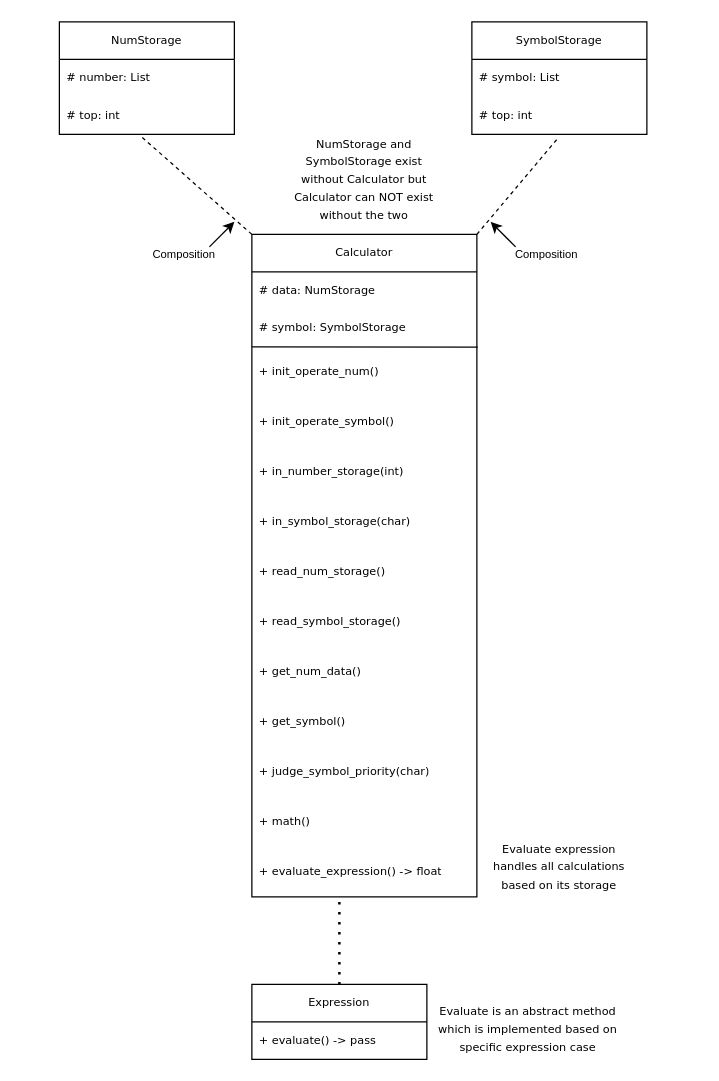
matty-gg/CSE2102-SP24-Lab1-Group19 keeps this draw.io diagram as Lab1ClassDiagram.drawio. Above is the earlier version. Source tidied: cells renumbered, new cells numbered last; positions are measured from the earlier drawing's top-left corner, leaving out a move shared by most shapes. Both pictures are drawn from the tidied source at 125%, with x=0, y=0 at pixel (59, 21).
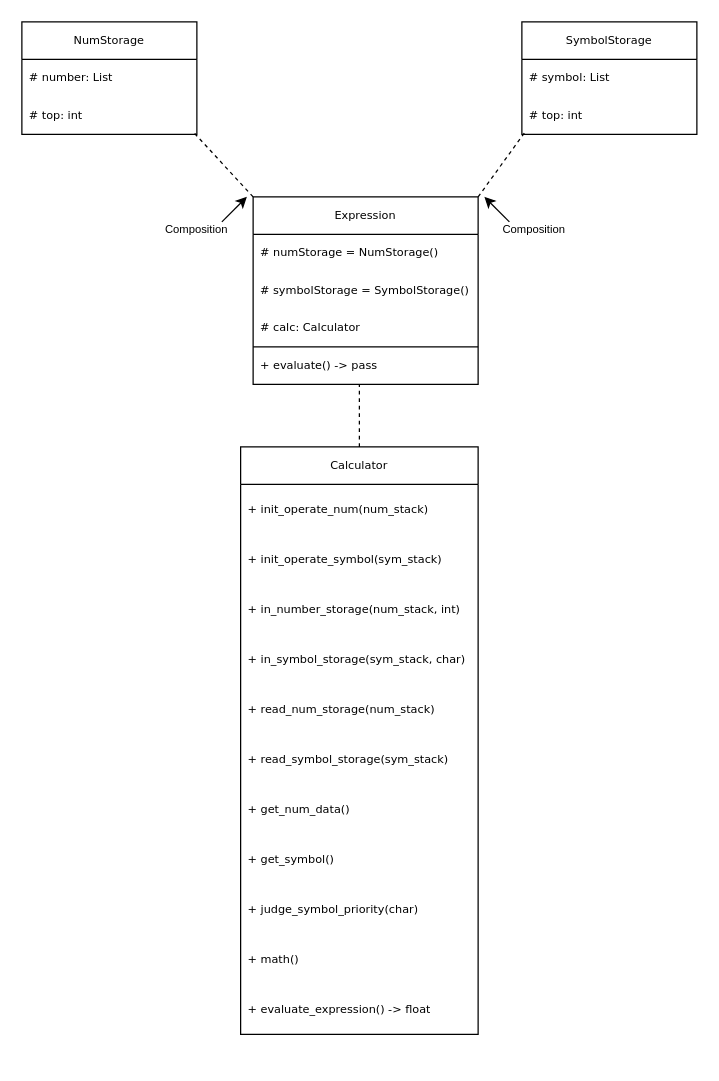
After the change.

The change refers to these unchanged cells:
```xml
<mxCell id="4" value="# top: int" style="text;strokeColor=none;fillColor=none;align=left;verticalAlign=middle;spacingLeft=4;spacingRight=4;overflow=hidden;points=[[0,0.5],[1,0.5]];portConstraint=eastwest;whiteSpace=wrap;html=1;perimeterSpacing=4;fontSize=9;fontFamily=Verdana;" parent="2" vertex="1">
  <mxGeometry y="60" width="140" height="30" as="geometry" />
</mxCell>
<mxCell id="7" value="# top: int" style="text;strokeColor=none;fillColor=none;align=left;verticalAlign=middle;spacingLeft=4;spacingRight=4;overflow=hidden;points=[[0,0.5],[1,0.5]];portConstraint=eastwest;whiteSpace=wrap;html=1;fontSize=9;fontFamily=Verdana;" parent="5" vertex="1">
  <mxGeometry y="60" width="140" height="30" as="geometry" />
</mxCell>
```

What changed in the source:
```diff
@@
     <mxCell id="2" value="NumStorage" style="swimlane;fontStyle=0;horizontal=1;startSize=30;whiteSpace=wrap;html=1;fontSize=9;fontFamily=Verdana;" parent="1" vertex="1">
-      <mxGeometry width="140" height="90" as="geometry" />
+      <mxGeometry x="-30" width="140" height="90" as="geometry" />
     </mxCell>
@@
     <mxCell id="5" value="SymbolStorage" style="swimlane;fontStyle=0;horizontal=1;startSize=30;whiteSpace=wrap;html=1;fontSize=9;fontFamily=Verdana;" parent="1" vertex="1">
-      <mxGeometry x="330" width="140" height="90" as="geometry" />
+      <mxGeometry x="370" width="140" height="90" as="geometry" />
     </mxCell>
@@
-    <mxCell id="8" style="endArrow=none;dashed=1;html=1;rounded=0;exitX=0;exitY=0;exitDx=0;exitDy=0;entryX=0.462;entryY=0.914;entryDx=0;entryDy=0;entryPerimeter=0;fontSize=9;fontFamily=Verdana;" parent="1" edge="1" source="10" target="4">
-      <mxGeometry relative="1" as="geometry" />
-    </mxCell>
-    <mxCell id="9" style="endArrow=none;dashed=1;html=1;rounded=0;exitX=1;exitY=0;exitDx=0;exitDy=0;entryX=0.486;entryY=1.133;entryDx=0;entryDy=0;entryPerimeter=0;fontSize=9;fontFamily=Verdana;" parent="1" edge="1" source="10" target="7">
-      <mxGeometry relative="1" as="geometry" />
-    </mxCell>
     <mxCell id="10" value="Calculator" style="swimlane;fontStyle=0;horizontal=1;startSize=30;whiteSpace=wrap;html=1;fontSize=9;fontFamily=Verdana;" parent="1" vertex="1">
-      <mxGeometry x="154" y="170" width="180" height="530" as="geometry" />
+      <mxGeometry x="145" y="340" width="190" height="470" as="geometry" />
     </mxCell>
-    <mxCell id="11" value="# data: NumStorage" style="text;strokeColor=none;fillColor=none;align=left;verticalAlign=middle;spacingLeft=4;spacingRight=4;overflow=hidden;whiteSpace=wrap;html=1;fontSize=9;fontFamily=Verdana;" parent="10" vertex="1">
-      <mxGeometry y="30" width="180" height="30" as="geometry" />
-    </mxCell>
-    <mxCell id="12" value="# symbol: SymbolStorage" style="text;strokeColor=none;fillColor=none;align=left;verticalAlign=middle;spacingLeft=4;spacingRight=4;overflow=hidden;whiteSpace=wrap;html=1;fontSize=9;fontFamily=Verdana;" parent="10" vertex="1">
-      <mxGeometry y="60" width="180" height="30" as="geometry" />
-    </mxCell>
-    <mxCell id="13" style="endArrow=none;html=1;rounded=0;fontFamily=Verdana;exitX=-0.004;exitY=0.003;exitDx=0;exitDy=0;exitPerimeter=0;" parent="10" edge="1" source="14">
-      <mxGeometry relative="1" as="geometry">
-        <mxPoint y="90" as="targetPoint" />
-      </mxGeometry>
-    </mxCell>
-    <mxCell id="14" value="+ init_operate_num()" style="text;strokeColor=none;fillColor=none;align=left;verticalAlign=middle;spacingLeft=4;spacingRight=4;overflow=hidden;points=[[0,0.5],[1,0.5]];portConstraint=eastwest;whiteSpace=wrap;html=1;fontSize=9;fontFamily=Verdana;flipH=1;direction=east;" parent="10" vertex="1">
-      <mxGeometry y="90" width="180" height="40" as="geometry" />
+    <mxCell id="14" value="+ init_operate_num(num_stack)" style="text;strokeColor=none;fillColor=none;align=left;verticalAlign=middle;spacingLeft=4;spacingRight=4;overflow=hidden;points=[[0,0.5],[1,0.5]];portConstraint=eastwest;whiteSpace=wrap;html=1;fontSize=9;fontFamily=Verdana;flipH=1;direction=east;" parent="10" vertex="1">
+      <mxGeometry y="30" width="190" height="40" as="geometry" />
     </mxCell>
-    <mxCell id="15" value="+ init_operate_symbol()" style="text;strokeColor=none;fillColor=none;align=left;verticalAlign=middle;spacingLeft=4;spacingRight=4;overflow=hidden;whiteSpace=wrap;html=1;fontSize=9;fontFamily=Verdana;flipH=1;direction=east;" parent="10" vertex="1">
-      <mxGeometry y="130" width="180" height="40" as="geometry" />
+    <mxCell id="15" value="+ init_operate_symbol(sym_stack)" style="text;strokeColor=none;fillColor=none;align=left;verticalAlign=middle;spacingLeft=4;spacingRight=4;overflow=hidden;whiteSpace=wrap;html=1;fontSize=9;fontFamily=Verdana;flipH=1;direction=east;" parent="10" vertex="1">
+      <mxGeometry y="70" width="190" height="40" as="geometry" />
     </mxCell>
-    <mxCell id="16" value="+ in_number_storage(int)" style="text;strokeColor=none;fillColor=none;align=left;verticalAlign=middle;spacingLeft=4;spacingRight=4;overflow=hidden;whiteSpace=wrap;html=1;fontSize=9;fontFamily=Verdana;flipH=1;direction=east;" parent="10" vertex="1">
-      <mxGeometry y="170" width="180" height="40" as="geometry" />
+    <mxCell id="16" value="+ in_number_storage(num_stack, int)" style="text;strokeColor=none;fillColor=none;align=left;verticalAlign=middle;spacingLeft=4;spacingRight=4;overflow=hidden;whiteSpace=wrap;html=1;fontSize=9;fontFamily=Verdana;flipH=1;direction=east;" parent="10" vertex="1">
+      <mxGeometry y="110" width="190" height="40" as="geometry" />
     </mxCell>
-    <mxCell id="17" value="+ in_symbol_storage(char)" style="text;strokeColor=none;fillColor=none;align=left;verticalAlign=middle;spacingLeft=4;spacingRight=4;overflow=hidden;whiteSpace=wrap;html=1;fontSize=9;fontFamily=Verdana;flipH=1;direction=east;" parent="10" vertex="1">
-      <mxGeometry y="210" width="180" height="40" as="geometry" />
+    <mxCell id="17" value="+ in_symbol_storage(sym_stack, char)" style="text;strokeColor=none;fillColor=none;align=left;verticalAlign=middle;spacingLeft=4;spacingRight=4;overflow=hidden;whiteSpace=wrap;html=1;fontSize=9;fontFamily=Verdana;flipH=1;direction=east;" parent="10" vertex="1">
+      <mxGeometry y="150" width="190" height="40" as="geometry" />
     </mxCell>
-    <mxCell id="18" value="+ read_num_storage()" style="text;strokeColor=none;fillColor=none;align=left;verticalAlign=middle;spacingLeft=4;spacingRight=4;overflow=hidden;whiteSpace=wrap;html=1;fontSize=9;fontFamily=Verdana;flipH=1;direction=east;" parent="10" vertex="1">
-      <mxGeometry y="250" width="180" height="40" as="geometry" />
+    <mxCell id="18" value="+ read_num_storage(num_stack)" style="text;strokeColor=none;fillColor=none;align=left;verticalAlign=middle;spacingLeft=4;spacingRight=4;overflow=hidden;whiteSpace=wrap;html=1;fontSize=9;fontFamily=Verdana;flipH=1;direction=east;" parent="10" vertex="1">
+      <mxGeometry y="190" width="190" height="40" as="geometry" />
     </mxCell>
-    <mxCell id="19" value="+ read_symbol_storage()" style="text;strokeColor=none;fillColor=none;align=left;verticalAlign=middle;spacingLeft=4;spacingRight=4;overflow=hidden;whiteSpace=wrap;html=1;fontSize=9;fontFamily=Verdana;flipH=1;direction=east;" parent="10" vertex="1">
-      <mxGeometry y="290" width="180" height="40" as="geometry" />
+    <mxCell id="19" value="+ read_symbol_storage(sym_stack)" style="text;strokeColor=none;fillColor=none;align=left;verticalAlign=middle;spacingLeft=4;spacingRight=4;overflow=hidden;whiteSpace=wrap;html=1;fontSize=9;fontFamily=Verdana;flipH=1;direction=east;" parent="10" vertex="1">
+      <mxGeometry y="230" width="190" height="40" as="geometry" />
     </mxCell>
     <mxCell id="20" value="+ get_num_data()" style="text;strokeColor=none;fillColor=none;align=left;verticalAlign=middle;spacingLeft=4;spacingRight=4;overflow=hidden;whiteSpace=wrap;html=1;fontSize=9;fontFamily=Verdana;flipH=1;direction=east;" parent="10" vertex="1">
-      <mxGeometry y="330" width="180" height="40" as="geometry" />
+      <mxGeometry y="270" width="190" height="40" as="geometry" />
     </mxCell>
     <mxCell id="21" value="+ get_symbol()" style="text;strokeColor=none;fillColor=none;align=left;verticalAlign=middle;spacingLeft=4;spacingRight=4;overflow=hidden;whiteSpace=wrap;html=1;fontSize=9;fontFamily=Verdana;flipH=1;direction=east;" parent="10" vertex="1">
-      <mxGeometry y="370" width="180" height="40" as="geometry" />
+      <mxGeometry y="310" width="190" height="40" as="geometry" />
     </mxCell>
     <mxCell id="22" value="+ judge_symbol_priority(char)" style="text;strokeColor=none;fillColor=none;align=left;verticalAlign=middle;spacingLeft=4;spacingRight=4;overflow=hidden;whiteSpace=wrap;html=1;fontSize=9;fontFamily=Verdana;flipH=1;direction=east;" parent="10" vertex="1">
-      <mxGeometry y="410" width="180" height="40" as="geometry" />
+      <mxGeometry y="350" width="190" height="40" as="geometry" />
     </mxCell>
     <mxCell id="23" value="+ math()" style="text;strokeColor=none;fillColor=none;align=left;verticalAlign=middle;spacingLeft=4;spacingRight=4;overflow=hidden;whiteSpace=wrap;html=1;fontSize=9;fontFamily=Verdana;flipH=1;direction=east;" parent="10" vertex="1">
-      <mxGeometry y="450" width="180" height="40" as="geometry" />
+      <mxGeometry y="390" width="190" height="40" as="geometry" />
     </mxCell>
     <mxCell id="24" value="+ evaluate_expression() -&amp;gt; float" style="text;strokeColor=none;fillColor=none;align=left;verticalAlign=middle;spacingLeft=4;spacingRight=4;overflow=hidden;whiteSpace=wrap;html=1;fontSize=9;fontFamily=Verdana;flipH=1;direction=east;" parent="10" vertex="1">
-      <mxGeometry y="490" width="180" height="40" as="geometry" />
+      <mxGeometry y="430" width="190" height="40" as="geometry" />
     </mxCell>
     <mxCell id="25" value="Expression" style="swimlane;fontStyle=0;horizontal=1;startSize=30;whiteSpace=wrap;html=1;fontFamily=Verdana;fontSize=9;" parent="1" vertex="1">
-      <mxGeometry x="154" y="770" width="140" height="60" as="geometry" />
+      <mxGeometry x="155" y="140" width="180" height="150" as="geometry" />
     </mxCell>
+    <mxCell id="35" value="# numStorage = NumStorage()" style="text;strokeColor=none;fillColor=none;align=left;verticalAlign=middle;spacingLeft=4;spacingRight=4;overflow=hidden;whiteSpace=wrap;html=1;fontFamily=Verdana;fontSize=9;" parent="25" vertex="1">
+      <mxGeometry y="30" width="180" height="30" as="geometry" />
+    </mxCell>
+    <mxCell id="36" value="# symbolStorage = SymbolStorage()" style="text;strokeColor=none;fillColor=none;align=left;verticalAlign=middle;spacingLeft=4;spacingRight=4;overflow=hidden;whiteSpace=wrap;html=1;fontFamily=Verdana;fontSize=9;" parent="25" vertex="1">
+      <mxGeometry y="60" width="180" height="30" as="geometry" />
+    </mxCell>
+    <mxCell id="37" value="# calc: Calculator" style="text;strokeColor=none;fillColor=none;align=left;verticalAlign=middle;spacingLeft=4;spacingRight=4;overflow=hidden;whiteSpace=wrap;html=1;fontFamily=Verdana;fontSize=9;" parent="25" vertex="1">
+      <mxGeometry y="90" width="180" height="30" as="geometry" />
+    </mxCell>
+    <mxCell id="38" style="endArrow=none;html=1;rounded=0;" parent="25" edge="1">
+      <mxGeometry relative="1" as="geometry">
+        <mxPoint y="120" as="sourcePoint" />
+        <mxPoint x="180" y="120" as="targetPoint" />
+      </mxGeometry>
+    </mxCell>
     <mxCell id="26" value="+ evaluate() -&amp;gt; pass" style="text;strokeColor=none;fillColor=none;align=left;verticalAlign=middle;spacingLeft=4;spacingRight=4;overflow=hidden;whiteSpace=wrap;html=1;fontFamily=Verdana;fontSize=9;" parent="25" vertex="1">
-      <mxGeometry y="30" width="140" height="30" as="geometry" />
+      <mxGeometry y="120" width="180" height="30" as="geometry" />
     </mxCell>
     <mxCell id="27" value="&lt;font style=&quot;font-size: 9px;&quot;&gt;Composition&lt;/font&gt;" style="text;html=1;strokeColor=none;fillColor=none;align=center;verticalAlign=middle;whiteSpace=wrap;rounded=0;" parent="1" vertex="1">
-      <mxGeometry x="360" y="170" width="60" height="30" as="geometry" />
+      <mxGeometry x="350" y="150" width="60" height="30" as="geometry" />
     </mxCell>
     <mxCell id="28" style="endArrow=classic;html=1;rounded=0;" parent="1" edge="1">
       <mxGeometry relative="1" as="geometry">
-        <mxPoint x="365" y="180" as="sourcePoint" />
-        <mxPoint x="345" y="160" as="targetPoint" />
+        <mxPoint x="360" y="160" as="sourcePoint" />
+        <mxPoint x="340" y="140" as="targetPoint" />
       </mxGeometry>
     </mxCell>
     <mxCell id="29" value="&lt;font style=&quot;font-size: 9px;&quot;&gt;Composition&lt;/font&gt;" style="text;html=1;strokeColor=none;fillColor=none;align=center;verticalAlign=middle;whiteSpace=wrap;rounded=0;" parent="1" vertex="1">
-      <mxGeometry x="70" y="170" width="60" height="30" as="geometry" />
+      <mxGeometry x="80" y="150" width="60" height="30" as="geometry" />
     </mxCell>
     <mxCell id="30" style="endArrow=classic;html=1;rounded=0;" parent="1" edge="1">
       <mxGeometry relative="1" as="geometry">
-        <mxPoint x="120" y="180" as="sourcePoint" />
-        <mxPoint x="140" y="160" as="targetPoint" />
+        <mxPoint x="130" y="160" as="sourcePoint" />
+        <mxPoint x="150" y="140" as="targetPoint" />
       </mxGeometry>
     </mxCell>
-    <mxCell id="31" style="endArrow=none;dashed=1;html=1;dashPattern=1 3;strokeWidth=2;rounded=0;exitX=0.5;exitY=0;exitDx=0;exitDy=0;" parent="1" edge="1" source="25">
-      <mxGeometry relative="1" as="geometry">
-        <mxPoint x="224" y="700" as="targetPoint" />
-      </mxGeometry>
-    </mxCell>
-    <mxCell id="32" value="&lt;font style=&quot;font-size: 9px;&quot; face=&quot;Verdana&quot;&gt;Evaluate expression handles all calculations based on its storage&lt;/font&gt;" style="text;html=1;strokeColor=none;fillColor=none;align=center;verticalAlign=middle;whiteSpace=wrap;rounded=0;" parent="1" vertex="1">
-      <mxGeometry x="345" y="660" width="110" height="30" as="geometry" />
-    </mxCell>
-    <mxCell id="33" value="&lt;font style=&quot;font-size: 9px;&quot; face=&quot;Verdana&quot;&gt;Evaluate is an abstract method which is implemented based on specific expression case&lt;/font&gt;" style="text;html=1;strokeColor=none;fillColor=none;align=center;verticalAlign=middle;whiteSpace=wrap;rounded=0;" parent="1" vertex="1">
-      <mxGeometry x="300" y="790" width="150" height="30" as="geometry" />
-    </mxCell>
-    <mxCell id="34" value="&lt;font style=&quot;font-size: 9px;&quot; face=&quot;Verdana&quot;&gt;NumStorage and SymbolStorage exist without Calculator but Calculator can NOT exist without the two&lt;/font&gt;" style="text;html=1;strokeColor=none;fillColor=none;align=center;verticalAlign=middle;whiteSpace=wrap;rounded=0;" parent="1" vertex="1">
-      <mxGeometry x="179" y="110" width="130" height="30" as="geometry" />
-    </mxCell>
+    <mxCell id="39" style="endArrow=none;dashed=1;html=1;rounded=0;entryX=0.959;entryY=0.868;entryDx=0;entryDy=0;entryPerimeter=0;exitX=0;exitY=0;exitDx=0;exitDy=0;" parent="1" edge="1" source="25" target="4">
+      <mxGeometry relative="1" as="geometry" />
+    </mxCell>
+    <mxCell id="40" style="endArrow=none;dashed=1;html=1;rounded=0;exitX=1;exitY=0;exitDx=0;exitDy=0;entryX=0.019;entryY=0.932;entryDx=0;entryDy=0;entryPerimeter=0;" parent="1" edge="1" source="25" target="7">
+      <mxGeometry relative="1" as="geometry" />
+    </mxCell>
+    <mxCell id="41" style="endArrow=none;dashed=1;html=1;rounded=0;exitX=0.5;exitY=0;exitDx=0;exitDy=0;" parent="1" edge="1" source="10">
+      <mxGeometry relative="1" as="geometry">
+        <mxPoint x="240" y="290" as="targetPoint" />
+      </mxGeometry>
+    </mxCell>
```
